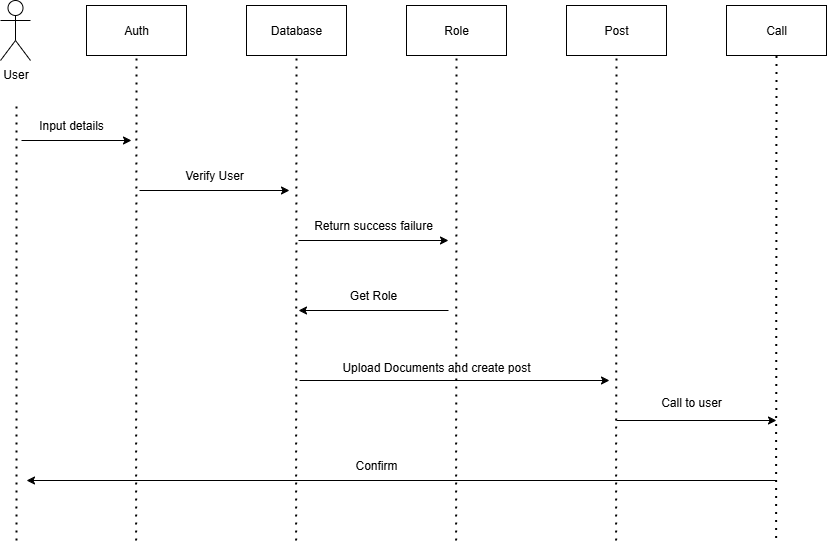
Above: Documentation/image for documentation/dynamic modeling.png in iAmVip1/Rapid-Reach (draw.io), before the change. Source tidied: cells renumbered, new cells last; positions are measured from the earlier drawing's top-left corner, leaving out a move shared by most shapes. Its diagram source:
```xml
<mxGraphModel>
  <root>
    <mxCell id="0" />
    <mxCell id="1" parent="0" />
    <mxCell id="2" value="User" style="shape=umlActor;verticalLabelPosition=bottom;verticalAlign=top;html=1;" parent="1" vertex="1">
      <mxGeometry width="30" height="60" as="geometry" />
    </mxCell>
    <mxCell id="3" value="Auth" style="rounded=0;whiteSpace=wrap;html=1;" parent="1" vertex="1">
      <mxGeometry x="86" y="5" width="100" height="50" as="geometry" />
    </mxCell>
    <mxCell id="4" value="Database" style="rounded=0;whiteSpace=wrap;html=1;" parent="1" vertex="1">
      <mxGeometry x="246" y="5" width="100" height="50" as="geometry" />
    </mxCell>
    <mxCell id="5" value="Role" style="rounded=0;whiteSpace=wrap;html=1;" parent="1" vertex="1">
      <mxGeometry x="406" y="5" width="100" height="50" as="geometry" />
    </mxCell>
    <mxCell id="6" value="Post" style="rounded=0;whiteSpace=wrap;html=1;" parent="1" vertex="1">
      <mxGeometry x="566" y="5" width="100" height="50" as="geometry" />
    </mxCell>
    <mxCell id="7" value="Call" style="rounded=0;whiteSpace=wrap;html=1;" parent="1" vertex="1">
      <mxGeometry x="726" y="5" width="100" height="50" as="geometry" />
    </mxCell>
    <mxCell id="8" style="endArrow=none;dashed=1;html=1;dashPattern=1 3;strokeWidth=2;rounded=0;" parent="1" edge="1">
      <mxGeometry relative="1" as="geometry">
        <mxPoint x="16" y="540" as="sourcePoint" />
        <mxPoint x="16" y="100" as="targetPoint" />
      </mxGeometry>
    </mxCell>
    <mxCell id="9" style="endArrow=none;dashed=1;html=1;dashPattern=1 3;strokeWidth=2;rounded=0;entryX=0.5;entryY=1;entryDx=0;entryDy=0;" parent="1" edge="1" target="3">
      <mxGeometry relative="1" as="geometry">
        <mxPoint x="135.6" y="540" as="sourcePoint" />
      </mxGeometry>
    </mxCell>
    <mxCell id="10" style="endArrow=none;dashed=1;html=1;dashPattern=1 3;strokeWidth=2;rounded=0;entryX=0.5;entryY=1;entryDx=0;entryDy=0;" parent="1" edge="1" target="4">
      <mxGeometry relative="1" as="geometry">
        <mxPoint x="295.6" y="540" as="sourcePoint" />
      </mxGeometry>
    </mxCell>
    <mxCell id="11" style="endArrow=none;dashed=1;html=1;dashPattern=1 3;strokeWidth=2;rounded=0;entryX=0.5;entryY=1;entryDx=0;entryDy=0;" parent="1" edge="1" target="5">
      <mxGeometry relative="1" as="geometry">
        <mxPoint x="455.6" y="540" as="sourcePoint" />
      </mxGeometry>
    </mxCell>
    <mxCell id="12" style="endArrow=none;dashed=1;html=1;dashPattern=1 3;strokeWidth=2;rounded=0;entryX=0.5;entryY=1;entryDx=0;entryDy=0;" parent="1" edge="1" target="6">
      <mxGeometry relative="1" as="geometry">
        <mxPoint x="615.6" y="540" as="sourcePoint" />
      </mxGeometry>
    </mxCell>
    <mxCell id="13" style="endArrow=classic;html=1;rounded=0;" parent="1" edge="1">
      <mxGeometry relative="1" as="geometry">
        <mxPoint x="21" y="140" as="sourcePoint" />
        <mxPoint x="131" y="140" as="targetPoint" />
      </mxGeometry>
    </mxCell>
    <mxCell id="14" value="Input details" style="text;html=1;align=center;verticalAlign=middle;whiteSpace=wrap;rounded=0;" parent="1" vertex="1">
      <mxGeometry x="36" y="110" width="70" height="30" as="geometry" />
    </mxCell>
    <mxCell id="15" style="endArrow=classic;html=1;rounded=0;" parent="1" edge="1">
      <mxGeometry relative="1" as="geometry">
        <mxPoint x="139" y="190" as="sourcePoint" />
        <mxPoint x="289" y="190" as="targetPoint" />
      </mxGeometry>
    </mxCell>
    <mxCell id="16" value="Verify User" style="text;html=1;align=center;verticalAlign=middle;whiteSpace=wrap;rounded=0;" parent="1" vertex="1">
      <mxGeometry x="179" y="160" width="70" height="30" as="geometry" />
    </mxCell>
    <mxCell id="17" style="endArrow=classic;html=1;rounded=0;" parent="1" edge="1">
      <mxGeometry relative="1" as="geometry">
        <mxPoint x="298" y="240" as="sourcePoint" />
        <mxPoint x="448" y="240" as="targetPoint" />
      </mxGeometry>
    </mxCell>
    <mxCell id="18" value="Return success failure" style="text;html=1;align=center;verticalAlign=middle;whiteSpace=wrap;rounded=0;" parent="1" vertex="1">
      <mxGeometry x="308" y="210" width="130" height="30" as="geometry" />
    </mxCell>
    <mxCell id="19" style="endArrow=classic;html=1;rounded=0;" parent="1" edge="1">
      <mxGeometry relative="1" as="geometry">
        <mxPoint x="448" y="310" as="sourcePoint" />
        <mxPoint x="298" y="310" as="targetPoint" />
      </mxGeometry>
    </mxCell>
    <mxCell id="20" value="Get Role" style="text;html=1;align=center;verticalAlign=middle;whiteSpace=wrap;rounded=0;" parent="1" vertex="1">
      <mxGeometry x="308" y="280" width="130" height="30" as="geometry" />
    </mxCell>
    <mxCell id="21" style="endArrow=classic;html=1;rounded=0;" parent="1" edge="1">
      <mxGeometry relative="1" as="geometry">
        <mxPoint x="299" y="380" as="sourcePoint" />
        <mxPoint x="609" y="380" as="targetPoint" />
      </mxGeometry>
    </mxCell>
    <mxCell id="22" value="Upload Documents and create post" style="text;html=1;align=center;verticalAlign=middle;whiteSpace=wrap;rounded=0;" parent="1" vertex="1">
      <mxGeometry x="296" y="352" width="280" height="30" as="geometry" />
    </mxCell>
    <mxCell id="23" style="endArrow=none;dashed=1;html=1;dashPattern=1 3;strokeWidth=2;rounded=0;entryX=0.5;entryY=1;entryDx=0;entryDy=0;" parent="1" edge="1">
      <mxGeometry relative="1" as="geometry">
        <mxPoint x="775.6" y="537.5" as="sourcePoint" />
        <mxPoint x="776" y="52.5" as="targetPoint" />
      </mxGeometry>
    </mxCell>
    <mxCell id="24" style="endArrow=classic;html=1;rounded=0;" parent="1" edge="1">
      <mxGeometry relative="1" as="geometry">
        <mxPoint x="616" y="420" as="sourcePoint" />
        <mxPoint x="776" y="420" as="targetPoint" />
      </mxGeometry>
    </mxCell>
    <mxCell id="25" value="Call to user" style="text;html=1;align=center;verticalAlign=middle;whiteSpace=wrap;rounded=0;" parent="1" vertex="1">
      <mxGeometry x="626" y="387" width="130" height="30" as="geometry" />
    </mxCell>
    <mxCell id="26" style="endArrow=classic;html=1;rounded=0;" parent="1" edge="1">
      <mxGeometry relative="1" as="geometry">
        <mxPoint x="776" y="480" as="sourcePoint" />
        <mxPoint x="26" y="480" as="targetPoint" />
      </mxGeometry>
    </mxCell>
    <mxCell id="27" value="Confirm" style="text;html=1;align=center;verticalAlign=middle;whiteSpace=wrap;rounded=0;" parent="1" vertex="1">
      <mxGeometry x="346" y="450" width="60" height="30" as="geometry" />
    </mxCell>
  </root>
</mxGraphModel>
```
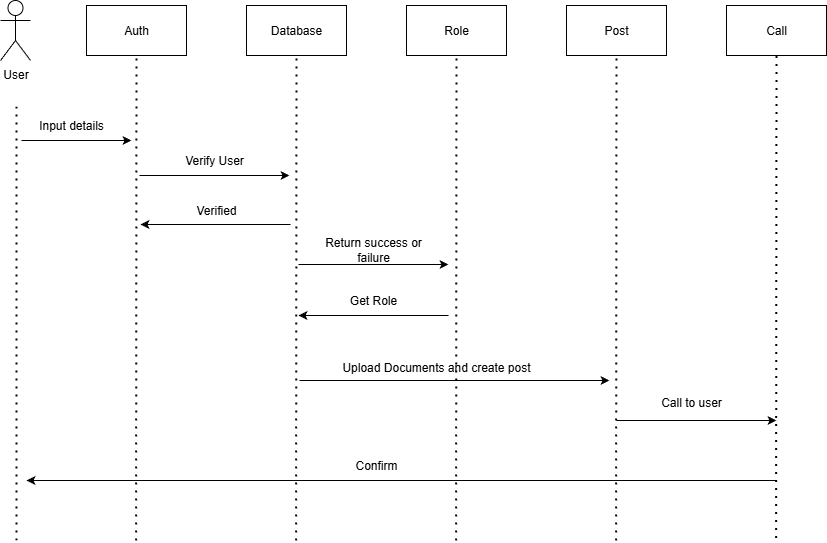
The same file after the commit.

The edit, as a diff of the source:
```diff
@@ -57,30 +57,30 @@
     </mxCell>
     <mxCell id="15" style="endArrow=classic;html=1;rounded=0;" parent="1" edge="1">
       <mxGeometry relative="1" as="geometry">
-        <mxPoint x="139" y="190" as="sourcePoint" />
-        <mxPoint x="289" y="190" as="targetPoint" />
+        <mxPoint x="139" y="175" as="sourcePoint" />
+        <mxPoint x="289" y="175" as="targetPoint" />
       </mxGeometry>
     </mxCell>
     <mxCell id="16" value="Verify User" style="text;html=1;align=center;verticalAlign=middle;whiteSpace=wrap;rounded=0;" parent="1" vertex="1">
-      <mxGeometry x="179" y="160" width="70" height="30" as="geometry" />
+      <mxGeometry x="179" y="145" width="70" height="30" as="geometry" />
     </mxCell>
     <mxCell id="17" style="endArrow=classic;html=1;rounded=0;" parent="1" edge="1">
       <mxGeometry relative="1" as="geometry">
-        <mxPoint x="298" y="240" as="sourcePoint" />
-        <mxPoint x="448" y="240" as="targetPoint" />
+        <mxPoint x="298" y="264" as="sourcePoint" />
+        <mxPoint x="448" y="264" as="targetPoint" />
       </mxGeometry>
     </mxCell>
-    <mxCell id="18" value="Return success failure" style="text;html=1;align=center;verticalAlign=middle;whiteSpace=wrap;rounded=0;" parent="1" vertex="1">
-      <mxGeometry x="308" y="210" width="130" height="30" as="geometry" />
+    <mxCell id="18" value="Return success or failure" style="text;html=1;align=center;verticalAlign=middle;whiteSpace=wrap;rounded=0;" parent="1" vertex="1">
+      <mxGeometry x="308" y="234" width="130" height="30" as="geometry" />
     </mxCell>
     <mxCell id="19" style="endArrow=classic;html=1;rounded=0;" parent="1" edge="1">
       <mxGeometry relative="1" as="geometry">
-        <mxPoint x="448" y="310" as="sourcePoint" />
-        <mxPoint x="298" y="310" as="targetPoint" />
+        <mxPoint x="448" y="315" as="sourcePoint" />
+        <mxPoint x="298" y="315" as="targetPoint" />
       </mxGeometry>
     </mxCell>
     <mxCell id="20" value="Get Role" style="text;html=1;align=center;verticalAlign=middle;whiteSpace=wrap;rounded=0;" parent="1" vertex="1">
-      <mxGeometry x="308" y="280" width="130" height="30" as="geometry" />
+      <mxGeometry x="308" y="285" width="130" height="30" as="geometry" />
     </mxCell>
     <mxCell id="21" style="endArrow=classic;html=1;rounded=0;" parent="1" edge="1">
       <mxGeometry relative="1" as="geometry">
@@ -115,5 +115,14 @@
     <mxCell id="27" value="Confirm" style="text;html=1;align=center;verticalAlign=middle;whiteSpace=wrap;rounded=0;" parent="1" vertex="1">
       <mxGeometry x="346" y="450" width="60" height="30" as="geometry" />
     </mxCell>
+    <mxCell id="28" style="endArrow=classic;html=1;rounded=0;" parent="1" edge="1">
+      <mxGeometry relative="1" as="geometry">
+        <mxPoint x="290" y="224" as="sourcePoint" />
+        <mxPoint x="140" y="224" as="targetPoint" />
+      </mxGeometry>
+    </mxCell>
+    <mxCell id="29" value="Verified" style="text;html=1;align=center;verticalAlign=middle;whiteSpace=wrap;rounded=0;" parent="1" vertex="1">
+      <mxGeometry x="181" y="195" width="70" height="30" as="geometry" />
+    </mxCell>
   </root>
 </mxGraphModel>
```
